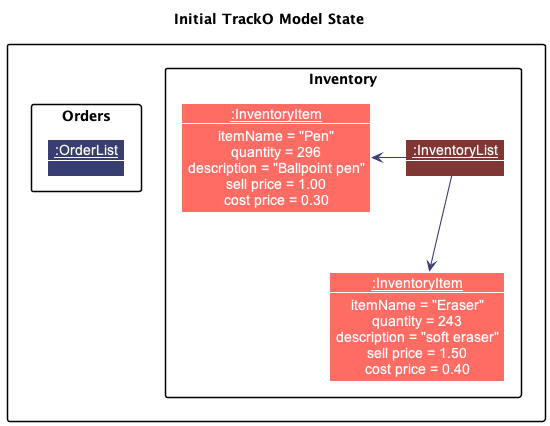
Before: docs/images/developer-guide/AddOrderState0.png, a diagram exported from PlantUML (nus-cs2103-AY2223S1/tp).
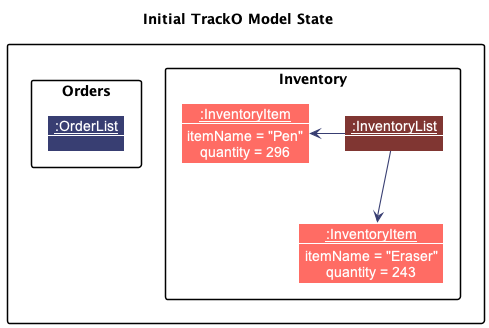
After the change.

Diff of the diagram source:
```diff
@@ -15,20 +15,14 @@
 
         skinparam objectBackgroundColor ITEM_MODEL_COLOR
         Object "__:InventoryItem__" as Item1 {
-                    itemName = "Pen"
-                    quantity = 296
-                    description = "Ballpoint pen"
-                    sell price = 1.00
-                    cost price = 0.30
-                }
+            itemName = "Pen"
+            quantity = 296
+        }
 
-                Object "__:InventoryItem__" as Item2 {
-                    itemName = "Eraser"
-                    quantity = 243
-                    description = "soft eraser"
-                    sell price = 1.50
-                    cost price = 0.40
-                }
+        Object "__:InventoryItem__" as Item2 {
+            itemName = "Eraser"
+            quantity = 243
+        }
 
         InventoryList --left> Item1
         InventoryList --> Item2
```
